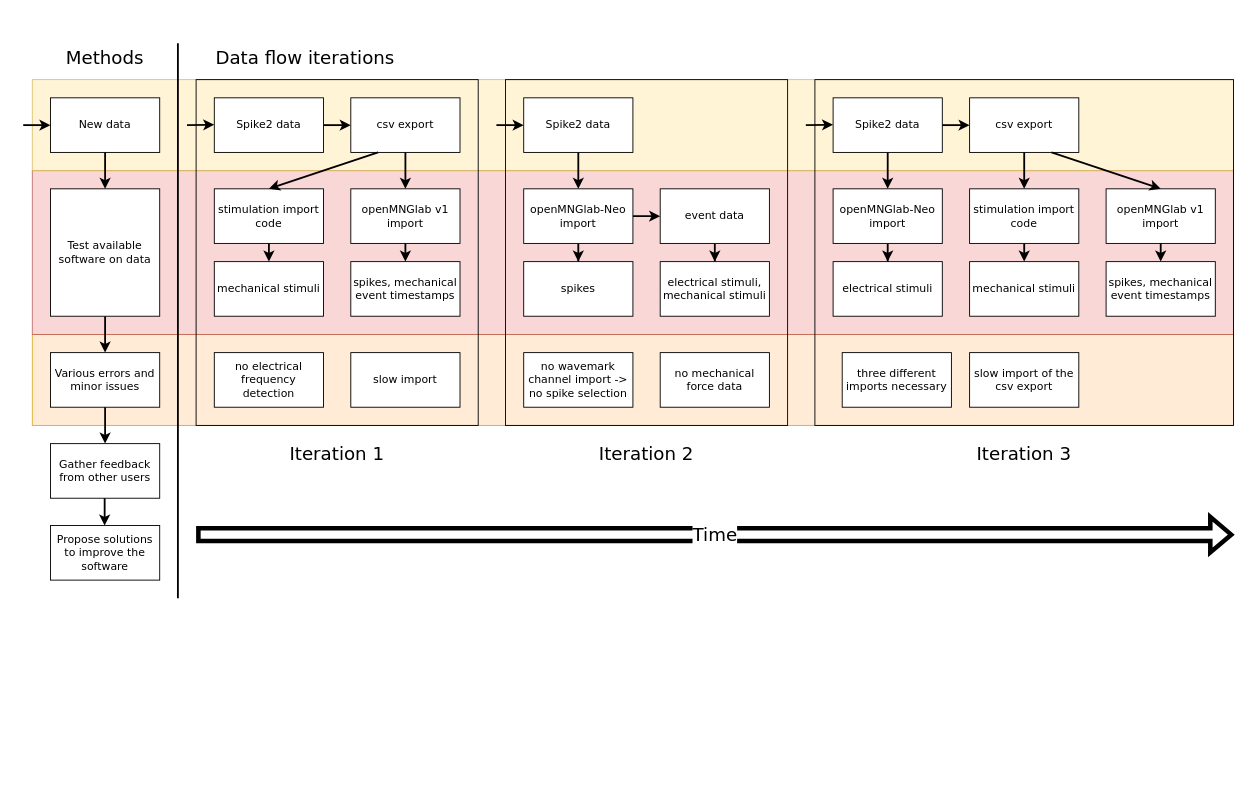
The draw.io diagram src/pic/Data_flow_iteration.drawio in alexandertartsch/Spike_train_analysis_bachelor_thesis, before the edit. Source tidied: cells renumbered, new cells numbered last; positions are measured from the earlier drawing's top-left corner, leaving out a move shared by most shapes. Both pictures are drawn from the tidied source at 91%, with x=0, y=0 at pixel (23, 43).
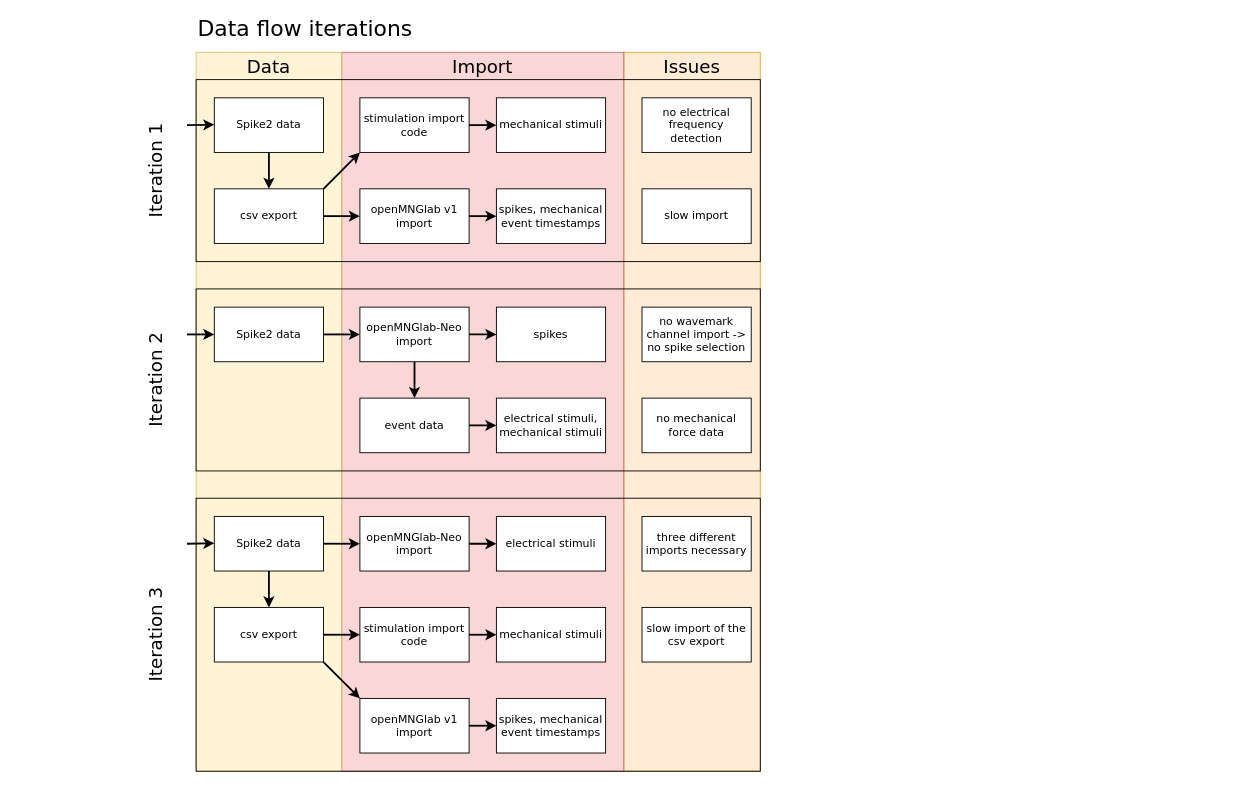
Above is the later version.

Unchanged cells that the change refers to:
```xml
<mxCell id="18" value="Spike2 data" style="rounded=0;whiteSpace=wrap;html=1;fontFamily=Verdana;" parent="1" vertex="1">
  <mxGeometry x="210" y="60" width="120" height="60" as="geometry" />
</mxCell>
```

Change to the diagram source:
```diff
@@
     <mxCell id="2" style="rounded=0;whiteSpace=wrap;html=1;fontFamily=Verdana;fontSize=20;fillColor=#ffe6cc;opacity=80;strokeColor=#d79b00;" parent="1" vertex="1">
-      <mxGeometry x="10" y="320" width="1320" height="100" as="geometry" />
+      <mxGeometry x="660" y="10" width="150" height="790" as="geometry" />
     </mxCell>
     <mxCell id="3" style="rounded=0;whiteSpace=wrap;html=1;fontFamily=Verdana;fontSize=20;fillColor=#f8cecc;opacity=80;strokeColor=#b85450;" parent="1" vertex="1">
-      <mxGeometry x="10" y="140" width="1320" height="180" as="geometry" />
+      <mxGeometry x="350" y="10" width="310" height="790" as="geometry" />
     </mxCell>
     <mxCell id="4" style="rounded=0;whiteSpace=wrap;html=1;fontFamily=Verdana;fontSize=20;fillColor=#fff2cc;strokeColor=#d6b656;opacity=80;" parent="1" vertex="1">
-      <mxGeometry x="10" y="40" width="1320" height="100" as="geometry" />
+      <mxGeometry x="190" y="10" width="160" height="790" as="geometry" />
     </mxCell>
     <mxCell id="5" style="rounded=0;whiteSpace=wrap;html=1;fontFamily=Verdana;fontSize=19;fillColor=none;" parent="1" vertex="1">
-      <mxGeometry x="870" y="40" width="460" height="380" as="geometry" />
+      <mxGeometry x="190" y="500" width="620" height="300" as="geometry" />
     </mxCell>
     <mxCell id="6" style="rounded=0;whiteSpace=wrap;html=1;fontFamily=Verdana;fontSize=19;fillColor=none;" parent="1" vertex="1">
-      <mxGeometry x="530" y="40" width="310" height="380" as="geometry" />
+      <mxGeometry x="190" y="270" width="620" height="200" as="geometry" />
     </mxCell>
-    <mxCell id="7" style="rounded=0;whiteSpace=wrap;html=1;fontFamily=Verdana;fontSize=19;fillColor=none;" parent="1" vertex="1">
-      <mxGeometry x="190" y="40" width="310" height="380" as="geometry" />
-    </mxCell>
-    <mxCell id="8" style="edgeStyle=orthogonalEdgeStyle;rounded=0;jettySize=auto;html=1;strokeWidth=2;fillColor=default;" parent="1" edge="1" source="9" target="10">
-      <mxGeometry relative="1" as="geometry" />
-    </mxCell>
-    <mxCell id="9" value="Test available software on data" style="rounded=0;whiteSpace=wrap;html=1;fontFamily=Verdana;" parent="1" vertex="1">
-      <mxGeometry x="30" y="160" width="120" height="140" as="geometry" />
-    </mxCell>
-    <mxCell id="10" value="&lt;font style=&quot;font-size: 12px;&quot;&gt;Various errors and minor issues&lt;/font&gt;" style="rounded=0;whiteSpace=wrap;html=1;fontSize=12;fontFamily=Verdana;" parent="1" vertex="1">
-      <mxGeometry x="30" y="340" width="120" height="60" as="geometry" />
-    </mxCell>
-    <mxCell id="11" value="Gather feedback from other users" style="rounded=0;whiteSpace=wrap;html=1;fontSize=12;fontFamily=Verdana;" parent="1" vertex="1">
-      <mxGeometry x="30" y="440" width="120" height="60" as="geometry" />
-    </mxCell>
-    <mxCell id="12" value="Propose solutions to improve the software" style="rounded=0;whiteSpace=wrap;html=1;fontSize=12;fontFamily=Verdana;" parent="1" vertex="1">
-      <mxGeometry x="30" y="530" width="120" height="60" as="geometry" />
-    </mxCell>
-    <mxCell id="13" value="New data" style="rounded=0;whiteSpace=wrap;html=1;fontFamily=Verdana;fontSize=12;" parent="1" vertex="1">
-      <mxGeometry x="30" y="60" width="120" height="60" as="geometry" />
-    </mxCell>
-    <mxCell id="14" style="endArrow=classic;html=1;rounded=0;fontFamily=Verdana;fontSize=12;entryX=0;entryY=0.5;entryDx=0;entryDy=0;strokeWidth=2;" parent="1" edge="1" target="13">
-      <mxGeometry relative="1" as="geometry">
-        <mxPoint y="90" as="sourcePoint" />
-      </mxGeometry>
-    </mxCell>
-    <mxCell id="15" style="endArrow=classic;html=1;rounded=0;fontFamily=Verdana;fontSize=12;entryX=0.5;entryY=0;entryDx=0;entryDy=0;strokeWidth=2;exitX=0.5;exitY=1;exitDx=0;exitDy=0;" parent="1" edge="1" source="13" target="9">
-      <mxGeometry relative="1" as="geometry" />
-    </mxCell>
-    <mxCell id="16" style="endArrow=classic;html=1;rounded=0;fontFamily=Verdana;fontSize=12;entryX=0.5;entryY=0;entryDx=0;entryDy=0;strokeWidth=2;" parent="1" edge="1" target="11">
-      <mxGeometry relative="1" as="geometry">
-        <mxPoint x="90" y="400" as="sourcePoint" />
-      </mxGeometry>
-    </mxCell>
-    <mxCell id="17" style="endArrow=classic;html=1;rounded=0;fontFamily=Verdana;fontSize=12;entryX=0.5;entryY=0;entryDx=0;entryDy=0;strokeWidth=2;exitX=0.5;exitY=1;exitDx=0;exitDy=0;" parent="1" edge="1">
-      <mxGeometry relative="1" as="geometry">
-        <mxPoint x="89.5" y="500" as="sourcePoint" />
-        <mxPoint x="89.5" y="530" as="targetPoint" />
-      </mxGeometry>
-    </mxCell>
@@
-    <mxCell id="19" style="endArrow=classic;html=1;rounded=0;fontFamily=Verdana;strokeWidth=2;exitX=1;exitY=0.5;exitDx=0;exitDy=0;" parent="1" edge="1" source="18" target="20">
+    <mxCell id="19" style="endArrow=classic;html=1;rounded=0;fontFamily=Verdana;strokeWidth=2;exitX=0.5;exitY=1;exitDx=0;exitDy=0;" parent="1" edge="1" source="18" target="20">
       <mxGeometry relative="1" as="geometry" />
     </mxCell>
     <mxCell id="20" value="csv export" style="rounded=0;whiteSpace=wrap;html=1;fontFamily=Verdana;" parent="1" vertex="1">
-      <mxGeometry x="360" y="60" width="120" height="60" as="geometry" />
+      <mxGeometry x="210" y="160" width="120" height="60" as="geometry" />
     </mxCell>
     <mxCell id="21" value="openMNGlab v1 import" style="rounded=0;whiteSpace=wrap;html=1;fontFamily=Verdana;" parent="1" vertex="1">
-      <mxGeometry x="360" y="160" width="120" height="60" as="geometry" />
+      <mxGeometry x="370" y="160" width="120" height="60" as="geometry" />
     </mxCell>
     <mxCell id="22" value="spikes, mechanical event timestamps" style="rounded=0;whiteSpace=wrap;html=1;fontFamily=Verdana;fontSize=12;" parent="1" vertex="1">
-      <mxGeometry x="360" y="240" width="120" height="60" as="geometry" />
+      <mxGeometry x="520" y="160" width="120" height="60" as="geometry" />
     </mxCell>
@@
     <mxCell id="24" value="openMNGlab-Neo import" style="rounded=0;whiteSpace=wrap;html=1;fontFamily=Verdana;fontSize=12;" parent="1" vertex="1">
-      <mxGeometry x="890" y="160" width="120" height="60" as="geometry" />
+      <mxGeometry x="370" y="520" width="120" height="60" as="geometry" />
     </mxCell>
     <mxCell id="25" value="electrical stimuli" style="rounded=0;whiteSpace=wrap;html=1;fontFamily=Verdana;fontSize=12;" parent="1" vertex="1">
-      <mxGeometry x="890" y="240" width="120" height="60" as="geometry" />
+      <mxGeometry x="520" y="520" width="120" height="60" as="geometry" />
     </mxCell>
     <mxCell id="26" value="stimulation import code" style="rounded=0;whiteSpace=wrap;html=1;fontFamily=Verdana;fontSize=12;" parent="1" vertex="1">
-      <mxGeometry x="210" y="160" width="120" height="60" as="geometry" />
+      <mxGeometry x="370" y="60" width="120" height="60" as="geometry" />
     </mxCell>
     <mxCell id="27" value="mechanical stimuli" style="rounded=0;whiteSpace=wrap;html=1;fontFamily=Verdana;fontSize=12;" parent="1" vertex="1">
-      <mxGeometry x="210" y="240" width="120" height="60" as="geometry" />
+      <mxGeometry x="520" y="60" width="120" height="60" as="geometry" />
     </mxCell>
@@
-    <mxCell id="29" value="Time" style="shape=flexArrow;endArrow=classic;html=1;rounded=0;fillColor=default;strokeWidth=5;fontFamily=Verdana;fontSize=20;" parent="1" edge="1">
-      <mxGeometry relative="1" as="geometry">
-        <mxPoint x="190" y="540" as="sourcePoint" />
-        <mxPoint x="1330" y="540" as="targetPoint" />
-      </mxGeometry>
-    </mxCell>
     <mxCell id="30" value="no electrical frequency detection" style="rounded=0;whiteSpace=wrap;html=1;fontFamily=Verdana;fontSize=12;fillColor=default;" parent="1" vertex="1">
-      <mxGeometry x="210" y="340" width="120" height="60" as="geometry" />
+      <mxGeometry x="680" y="60" width="120" height="60" as="geometry" />
     </mxCell>
-    <mxCell id="31" style="endArrow=classic;html=1;rounded=0;fontFamily=Verdana;strokeWidth=2;entryX=0.5;entryY=0;entryDx=0;entryDy=0;exitX=0.5;exitY=1;exitDx=0;exitDy=0;" parent="1" edge="1" source="26" target="27">
+    <mxCell id="31" style="endArrow=classic;html=1;rounded=0;fontFamily=Verdana;strokeWidth=2;entryX=0;entryY=0.5;entryDx=0;entryDy=0;exitX=1;exitY=0.5;exitDx=0;exitDy=0;" parent="1" edge="1" source="26" target="27">
       <mxGeometry relative="1" as="geometry" />
     </mxCell>
-    <mxCell id="32" style="endArrow=classic;html=1;rounded=0;fontFamily=Verdana;strokeWidth=2;entryX=0.5;entryY=0;entryDx=0;entryDy=0;exitX=0.5;exitY=1;exitDx=0;exitDy=0;" parent="1" edge="1" source="21" target="22">
+    <mxCell id="32" style="endArrow=classic;html=1;rounded=0;fontFamily=Verdana;strokeWidth=2;entryX=0;entryY=0.5;entryDx=0;entryDy=0;exitX=1;exitY=0.5;exitDx=0;exitDy=0;" parent="1" edge="1" source="21" target="22">
       <mxGeometry relative="1" as="geometry" />
     </mxCell>
-    <mxCell id="33" style="endArrow=classic;html=1;rounded=0;fontFamily=Verdana;strokeWidth=2;entryX=0.5;entryY=0;entryDx=0;entryDy=0;exitX=0.25;exitY=1;exitDx=0;exitDy=0;jumpStyle=none;" parent="1" edge="1" source="20" target="26">
+    <mxCell id="33" style="endArrow=classic;html=1;rounded=0;fontFamily=Verdana;strokeWidth=2;entryX=0;entryY=1;entryDx=0;entryDy=0;exitX=1;exitY=0;exitDx=0;exitDy=0;jumpStyle=none;" parent="1" edge="1" source="20" target="26">
       <mxGeometry relative="1" as="geometry" />
     </mxCell>
     <mxCell id="34" value="slow import" style="rounded=0;whiteSpace=wrap;html=1;fontFamily=Verdana;fontSize=12;fillColor=default;" parent="1" vertex="1">
-      <mxGeometry x="360" y="340" width="120" height="60" as="geometry" />
+      <mxGeometry x="680" y="160" width="120" height="60" as="geometry" />
     </mxCell>
-    <mxCell id="35" style="endArrow=classic;html=1;rounded=0;fontFamily=Verdana;strokeWidth=2;entryX=0.5;entryY=0;entryDx=0;entryDy=0;exitX=0.5;exitY=1;exitDx=0;exitDy=0;" parent="1" edge="1" source="20" target="21">
+    <mxCell id="35" style="endArrow=classic;html=1;rounded=0;fontFamily=Verdana;strokeWidth=2;entryX=0;entryY=0.5;entryDx=0;entryDy=0;exitX=1;exitY=0.5;exitDx=0;exitDy=0;" parent="1" edge="1" source="20" target="21">
       <mxGeometry relative="1" as="geometry" />
     </mxCell>
-    <mxCell id="36" value="Iteration 1" style="text;html=1;strokeColor=none;fillColor=none;align=center;verticalAlign=middle;whiteSpace=wrap;rounded=0;fontFamily=Verdana;fontSize=20;" parent="1" vertex="1">
-      <mxGeometry x="290" y="435" width="110" height="30" as="geometry" />
+    <mxCell id="36" value="Iteration 1" style="text;html=1;strokeColor=none;fillColor=none;align=center;verticalAlign=middle;whiteSpace=wrap;rounded=0;fontFamily=Verdana;fontSize=20;rotation=-90;" parent="1" vertex="1">
+      <mxGeometry x="90" y="125" width="110" height="30" as="geometry" />
     </mxCell>
-    <mxCell id="37" style="endArrow=none;html=1;rounded=0;fontFamily=Verdana;fontSize=12;strokeWidth=2;fillColor=default;jumpStyle=none;" parent="1" edge="1">
-      <mxGeometry relative="1" as="geometry">
-        <mxPoint x="170" y="610" as="sourcePoint" />
-        <mxPoint x="170" as="targetPoint" />
-      </mxGeometry>
-    </mxCell>
@@
     <mxCell id="39" value="Spike2 data" style="rounded=0;whiteSpace=wrap;html=1;fontFamily=Verdana;" parent="1" vertex="1">
-      <mxGeometry x="890" y="60" width="120" height="60" as="geometry" />
+      <mxGeometry x="210" y="520" width="120" height="60" as="geometry" />
     </mxCell>
-    <mxCell id="40" style="endArrow=classic;html=1;rounded=0;fontFamily=Verdana;strokeWidth=2;exitX=1;exitY=0.5;exitDx=0;exitDy=0;" parent="1" edge="1" source="39" target="41">
+    <mxCell id="40" style="endArrow=classic;html=1;rounded=0;fontFamily=Verdana;strokeWidth=2;exitX=0.5;exitY=1;exitDx=0;exitDy=0;" parent="1" edge="1" source="39" target="41">
       <mxGeometry relative="1" as="geometry" />
     </mxCell>
     <mxCell id="41" value="csv export" style="rounded=0;whiteSpace=wrap;html=1;fontFamily=Verdana;" parent="1" vertex="1">
-      <mxGeometry x="1040" y="60" width="120" height="60" as="geometry" />
+      <mxGeometry x="210" y="620" width="120" height="60" as="geometry" />
     </mxCell>
     <mxCell id="42" value="openMNGlab v1 import" style="rounded=0;whiteSpace=wrap;html=1;fontFamily=Verdana;" parent="1" vertex="1">
-      <mxGeometry x="1190" y="160" width="120" height="60" as="geometry" />
+      <mxGeometry x="370" y="720" width="120" height="60" as="geometry" />
     </mxCell>
     <mxCell id="43" value="spikes, mechanical event timestamps" style="rounded=0;whiteSpace=wrap;html=1;fontFamily=Verdana;fontSize=12;" parent="1" vertex="1">
-      <mxGeometry x="1190" y="240" width="120" height="60" as="geometry" />
+      <mxGeometry x="520" y="720" width="120" height="60" as="geometry" />
     </mxCell>
     <mxCell id="44" value="stimulation import code" style="rounded=0;whiteSpace=wrap;html=1;fontFamily=Verdana;fontSize=12;" parent="1" vertex="1">
-      <mxGeometry x="1040" y="160" width="120" height="60" as="geometry" />
+      <mxGeometry x="370" y="620" width="120" height="60" as="geometry" />
     </mxCell>
     <mxCell id="45" value="mechanical stimuli" style="rounded=0;whiteSpace=wrap;html=1;fontFamily=Verdana;fontSize=12;" parent="1" vertex="1">
-      <mxGeometry x="1040" y="240" width="120" height="60" as="geometry" />
+      <mxGeometry x="520" y="620" width="120" height="60" as="geometry" />
     </mxCell>
     <mxCell id="46" style="endArrow=classic;html=1;rounded=0;fontFamily=Verdana;strokeWidth=2;entryX=0;entryY=0.5;entryDx=0;entryDy=0;exitX=1;exitY=0.5;exitDx=0;exitDy=0;" parent="1" edge="1">
       <mxGeometry relative="1" as="geometry">
-        <mxPoint x="860" y="90" as="sourcePoint" />
-        <mxPoint x="890" y="89.5" as="targetPoint" />
+        <mxPoint x="180" y="550" as="sourcePoint" />
+        <mxPoint x="210" y="549.5" as="targetPoint" />
       </mxGeometry>
     </mxCell>
-    <mxCell id="47" style="endArrow=classic;html=1;rounded=0;fontFamily=Verdana;strokeWidth=2;entryX=0.5;entryY=0;entryDx=0;entryDy=0;exitX=0.5;exitY=1;exitDx=0;exitDy=0;" parent="1" edge="1" source="44" target="45">
+    <mxCell id="47" style="endArrow=classic;html=1;rounded=0;fontFamily=Verdana;strokeWidth=2;entryX=0;entryY=0.5;entryDx=0;entryDy=0;exitX=1;exitY=0.5;exitDx=0;exitDy=0;entryPerimeter=0;" parent="1" edge="1" source="44" target="45">
       <mxGeometry relative="1" as="geometry" />
     </mxCell>
-    <mxCell id="48" style="endArrow=classic;html=1;rounded=0;fontFamily=Verdana;strokeWidth=2;entryX=0.5;entryY=0;entryDx=0;entryDy=0;exitX=0.5;exitY=1;exitDx=0;exitDy=0;" parent="1" edge="1" source="42" target="43">
+    <mxCell id="48" style="endArrow=classic;html=1;rounded=0;fontFamily=Verdana;strokeWidth=2;entryX=0;entryY=0.5;entryDx=0;entryDy=0;exitX=1;exitY=0.5;exitDx=0;exitDy=0;" parent="1" edge="1" source="42" target="43">
       <mxGeometry relative="1" as="geometry" />
     </mxCell>
-    <mxCell id="49" style="endArrow=classic;html=1;rounded=0;fontFamily=Verdana;strokeWidth=2;entryX=0.5;entryY=0;entryDx=0;entryDy=0;exitX=0.5;exitY=1;exitDx=0;exitDy=0;jumpStyle=none;" parent="1" edge="1" source="41" target="44">
+    <mxCell id="49" style="endArrow=classic;html=1;rounded=0;fontFamily=Verdana;strokeWidth=2;entryX=0;entryY=0.5;entryDx=0;entryDy=0;exitX=1;exitY=0.5;exitDx=0;exitDy=0;jumpStyle=none;" parent="1" edge="1" source="41" target="44">
       <mxGeometry relative="1" as="geometry" />
     </mxCell>
-    <mxCell id="50" style="endArrow=classic;html=1;rounded=0;fontFamily=Verdana;strokeWidth=2;entryX=0.5;entryY=0;entryDx=0;entryDy=0;exitX=0.75;exitY=1;exitDx=0;exitDy=0;" parent="1" edge="1" source="41" target="42">
+    <mxCell id="50" style="endArrow=classic;html=1;rounded=0;fontFamily=Verdana;strokeWidth=2;entryX=0;entryY=0;entryDx=0;entryDy=0;exitX=1;exitY=1;exitDx=0;exitDy=0;" parent="1" edge="1" source="41" target="42">
       <mxGeometry relative="1" as="geometry" />
     </mxCell>
@@
     <mxCell id="52" value="Spike2 data" style="rounded=0;whiteSpace=wrap;html=1;fontFamily=Verdana;fontSize=12;fillColor=default;" parent="1" vertex="1">
-      <mxGeometry x="550" y="60" width="120" height="60" as="geometry" />
+      <mxGeometry x="210" y="290" width="120" height="60" as="geometry" />
     </mxCell>
@@
     <mxCell id="55" value="openMNGlab-Neo import" style="rounded=0;whiteSpace=wrap;html=1;fontFamily=Verdana;fontSize=12;fillColor=default;" parent="1" vertex="1">
-      <mxGeometry x="550" y="160" width="120" height="60" as="geometry" />
+      <mxGeometry x="370" y="290" width="120" height="60" as="geometry" />
     </mxCell>
@@
     <mxCell id="57" value="event data" style="rounded=0;whiteSpace=wrap;html=1;fontFamily=Verdana;fontSize=12;fillColor=default;" parent="1" vertex="1">
-      <mxGeometry x="700" y="160" width="120" height="60" as="geometry" />
+      <mxGeometry x="370" y="390" width="120" height="60" as="geometry" />
     </mxCell>
     <mxCell id="58" value="spikes" style="rounded=0;whiteSpace=wrap;html=1;fontFamily=Verdana;fontSize=12;" parent="1" vertex="1">
-      <mxGeometry x="550" y="240" width="120" height="60" as="geometry" />
+      <mxGeometry x="520" y="290" width="120" height="60" as="geometry" />
     </mxCell>
     <mxCell id="59" value="electrical stimuli, mechanical stimuli" style="rounded=0;whiteSpace=wrap;html=1;fontFamily=Verdana;fontSize=12;" parent="1" vertex="1">
-      <mxGeometry x="700" y="240" width="120" height="60" as="geometry" />
+      <mxGeometry x="520" y="390" width="120" height="60" as="geometry" />
     </mxCell>
     <mxCell id="60" style="endArrow=classic;html=1;rounded=0;fontFamily=Verdana;strokeWidth=2;entryX=0;entryY=0.5;entryDx=0;entryDy=0;" parent="1" edge="1" target="52">
       <mxGeometry relative="1" as="geometry">
-        <mxPoint x="520" y="90" as="sourcePoint" />
+        <mxPoint x="180" y="320" as="sourcePoint" />
       </mxGeometry>
     </mxCell>
     <mxCell id="61" value="no wavemark channel import -&amp;gt; no spike selection" style="rounded=0;whiteSpace=wrap;html=1;fontFamily=Verdana;fontSize=12;fillColor=default;" parent="1" vertex="1">
-      <mxGeometry x="550" y="340" width="120" height="60" as="geometry" />
+      <mxGeometry x="680" y="290" width="120" height="60" as="geometry" />
     </mxCell>
     <mxCell id="62" value="no mechanical force data" style="rounded=0;whiteSpace=wrap;html=1;fontFamily=Verdana;fontSize=12;fillColor=default;" parent="1" vertex="1">
-      <mxGeometry x="700" y="340" width="120" height="60" as="geometry" />
+      <mxGeometry x="680" y="390" width="120" height="60" as="geometry" />
     </mxCell>
     <mxCell id="63" value="slow import of the csv export" style="rounded=0;whiteSpace=wrap;html=1;fontFamily=Verdana;fontSize=12;fillColor=default;" parent="1" vertex="1">
-      <mxGeometry x="1040" y="340" width="120" height="60" as="geometry" />
+      <mxGeometry x="680" y="620" width="120" height="60" as="geometry" />
     </mxCell>
     <mxCell id="64" value="three different imports necessary" style="rounded=0;whiteSpace=wrap;html=1;fontFamily=Verdana;fontSize=12;fillColor=default;" parent="1" vertex="1">
-      <mxGeometry x="900" y="340" width="120" height="60" as="geometry" />
+      <mxGeometry x="680" y="520" width="120" height="60" as="geometry" />
     </mxCell>
-    <mxCell id="65" value="Iteration 3" style="text;html=1;strokeColor=none;fillColor=none;align=center;verticalAlign=middle;whiteSpace=wrap;rounded=0;fontFamily=Verdana;fontSize=20;" parent="1" vertex="1">
-      <mxGeometry x="1045" y="435" width="110" height="30" as="geometry" />
+    <mxCell id="65" value="Iteration 3" style="text;html=1;strokeColor=none;fillColor=none;align=center;verticalAlign=middle;whiteSpace=wrap;rounded=0;fontFamily=Verdana;fontSize=20;rotation=-90;" parent="1" vertex="1">
+      <mxGeometry x="90" y="635" width="110" height="30" as="geometry" />
     </mxCell>
-    <mxCell id="66" value="Iteration 2" style="text;html=1;strokeColor=none;fillColor=none;align=center;verticalAlign=middle;whiteSpace=wrap;rounded=0;fontFamily=Verdana;fontSize=20;" parent="1" vertex="1">
-      <mxGeometry x="630" y="435" width="110" height="30" as="geometry" />
+    <mxCell id="66" value="Iteration 2" style="text;html=1;strokeColor=none;fillColor=none;align=center;verticalAlign=middle;whiteSpace=wrap;rounded=0;fontFamily=Verdana;fontSize=20;rotation=-90;" parent="1" vertex="1">
+      <mxGeometry x="90" y="355" width="110" height="30" as="geometry" />
     </mxCell>
-    <mxCell id="67" value="Methods" style="text;html=1;strokeColor=none;fillColor=none;align=center;verticalAlign=middle;whiteSpace=wrap;rounded=0;fontFamily=Verdana;fontSize=20;" parent="1" vertex="1">
-      <mxGeometry x="60" width="60" height="30" as="geometry" />
-    </mxCell>
-    <mxCell id="68" value="Data flow iterations" style="text;html=1;strokeColor=none;fillColor=none;align=center;verticalAlign=middle;whiteSpace=wrap;rounded=0;fontFamily=Verdana;fontSize=20;" parent="1" vertex="1">
-      <mxGeometry x="210" width="200" height="30" as="geometry" />
+    <mxCell id="68" value="Data flow iterations" style="text;html=1;strokeColor=none;fillColor=none;align=center;verticalAlign=middle;whiteSpace=wrap;rounded=0;fontFamily=Verdana;fontSize=24;" parent="1" vertex="1">
+      <mxGeometry x="190" y="-30" width="240" height="30" as="geometry" />
     </mxCell>
+    <mxCell id="7" style="rounded=0;whiteSpace=wrap;html=1;fontFamily=Verdana;fontSize=19;fillColor=none;" parent="1" vertex="1">
+      <mxGeometry x="190" y="40" width="620" height="200" as="geometry" />
+    </mxCell>
+    <mxCell id="69" value="Data" style="text;html=1;strokeColor=none;fillColor=none;align=center;verticalAlign=middle;whiteSpace=wrap;rounded=0;fontFamily=Verdana;fontSize=20;" parent="1" vertex="1">
+      <mxGeometry x="190" y="10" width="160" height="30" as="geometry" />
+    </mxCell>
+    <mxCell id="70" value="Import" style="text;html=1;strokeColor=none;fillColor=none;align=center;verticalAlign=middle;whiteSpace=wrap;rounded=0;fontFamily=Verdana;fontSize=20;" parent="1" vertex="1">
+      <mxGeometry x="350" y="10" width="310" height="30" as="geometry" />
+    </mxCell>
+    <mxCell id="71" value="Issues" style="text;html=1;strokeColor=none;fillColor=none;align=center;verticalAlign=middle;whiteSpace=wrap;rounded=0;fontFamily=Verdana;fontSize=20;" parent="1" vertex="1">
+      <mxGeometry x="660" y="10" width="150" height="30" as="geometry" />
+    </mxCell>
```
